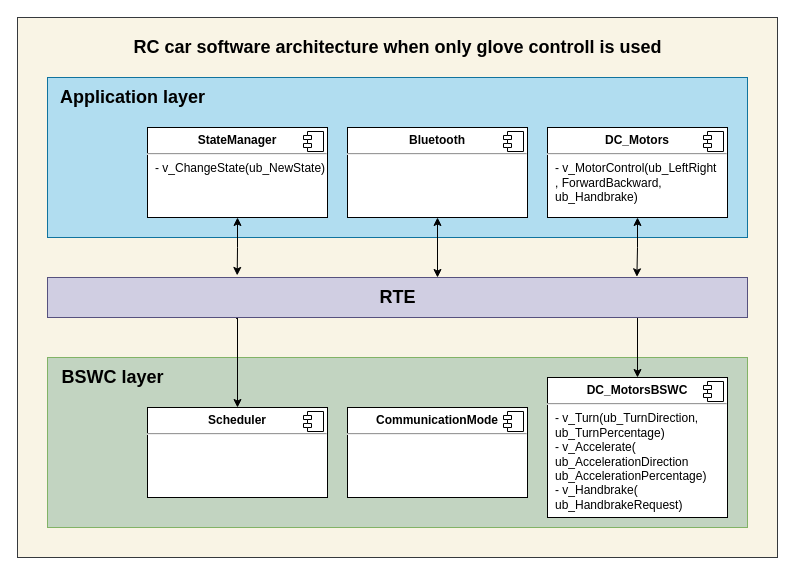
Imre-Norbert/RC_Car keeps this draw.io diagram as Documents/Diagrams/RC_car_glove_controlled.drawio. Above is the earlier version. Source tidied: cells renumbered, new cells numbered last; positions are measured from the earlier drawing's top-left corner, leaving out a move shared by most shapes. Both pictures are drawn from the tidied source at 100%, with x=0, y=0 at pixel (17, 17).
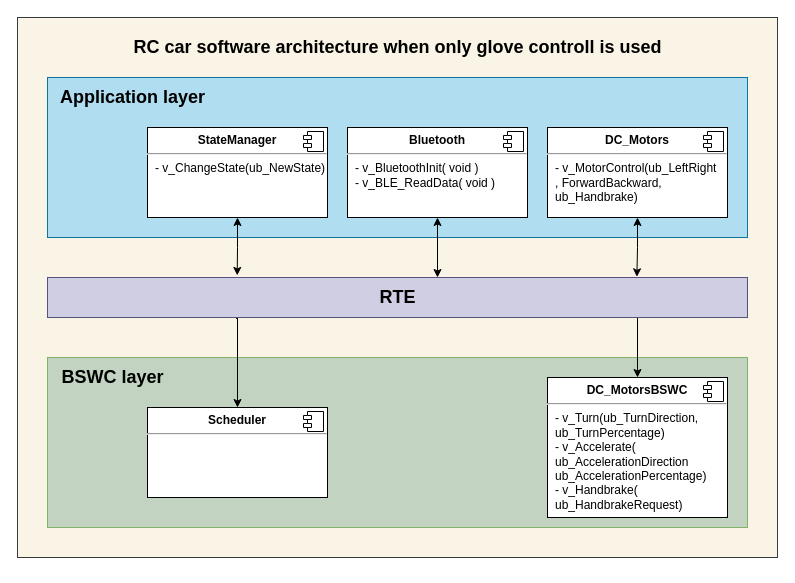
After the change.

The edit, as a diff of the source:
```diff
@@
-    <mxCell id="19" value="&lt;p style=&quot;margin:0px;margin-top:6px;text-align:center;&quot;&gt;&lt;b&gt;Bluetooth&lt;/b&gt;&lt;/p&gt;&lt;hr&gt;&lt;p style=&quot;margin:0px;margin-left:8px;&quot;&gt;&lt;br&gt;&lt;br&gt;&lt;/p&gt;" style="align=left;overflow=fill;html=1;" parent="1" vertex="1">
+    <mxCell id="19" value="&lt;p style=&quot;margin:0px;margin-top:6px;text-align:center;&quot;&gt;&lt;b&gt;Bluetooth&lt;/b&gt;&lt;/p&gt;&lt;hr&gt;&lt;p style=&quot;margin:0px;margin-left:8px;&quot;&gt;- v_BluetoothInit( void )&lt;/p&gt;&lt;p style=&quot;margin:0px;margin-left:8px;&quot;&gt;- v_BLE_ReadData( void )&lt;br&gt;&lt;br&gt;&lt;/p&gt;" style="align=left;overflow=fill;html=1;" parent="1" vertex="1">
       <mxGeometry x="330" y="110" width="180" height="90" as="geometry" />
     </mxCell>
@@
-    <mxCell id="21" value="&lt;p style=&quot;margin:0px;margin-top:6px;text-align:center;&quot;&gt;&lt;b&gt;CommunicationMode&lt;/b&gt;&lt;/p&gt;&lt;hr&gt;&lt;p style=&quot;margin:0px;margin-left:8px;&quot;&gt;&lt;br&gt;&lt;br&gt;&lt;/p&gt;" style="align=left;overflow=fill;html=1;" parent="1" vertex="1">
-      <mxGeometry x="330" y="390" width="180" height="90" as="geometry" />
-    </mxCell>
-    <mxCell id="22" style="shape=component;jettyWidth=8;jettyHeight=4;" parent="21" vertex="1">
-      <mxGeometry x="1" width="20" height="20" relative="1" as="geometry">
-        <mxPoint x="-24" y="4" as="offset" />
-      </mxGeometry>
-    </mxCell>
```
